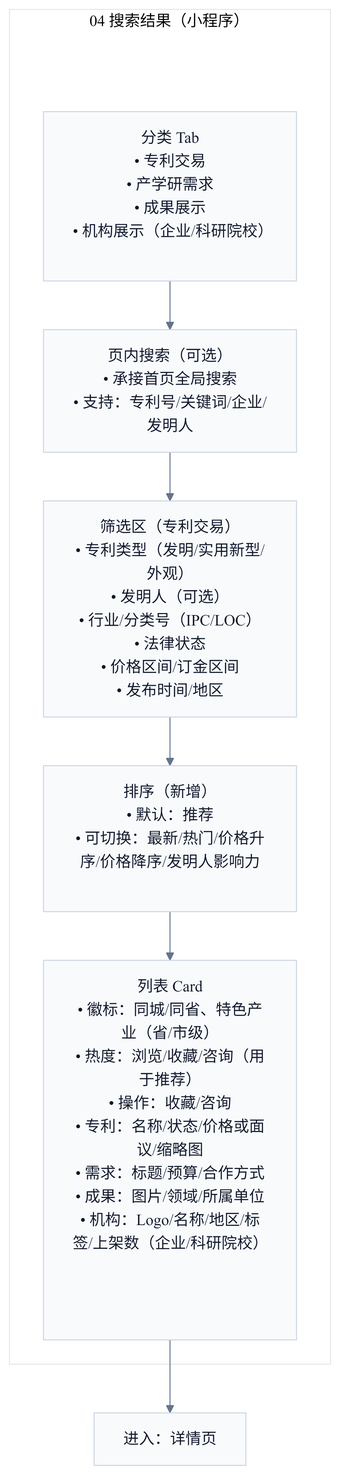
Above: docs/demo/rendered/04-search.png in Ming-1984/Ipmoney (Mermaid), before the change. Its source is kept beside it as docs/demo/pages/miniapp/04-search.mmd.
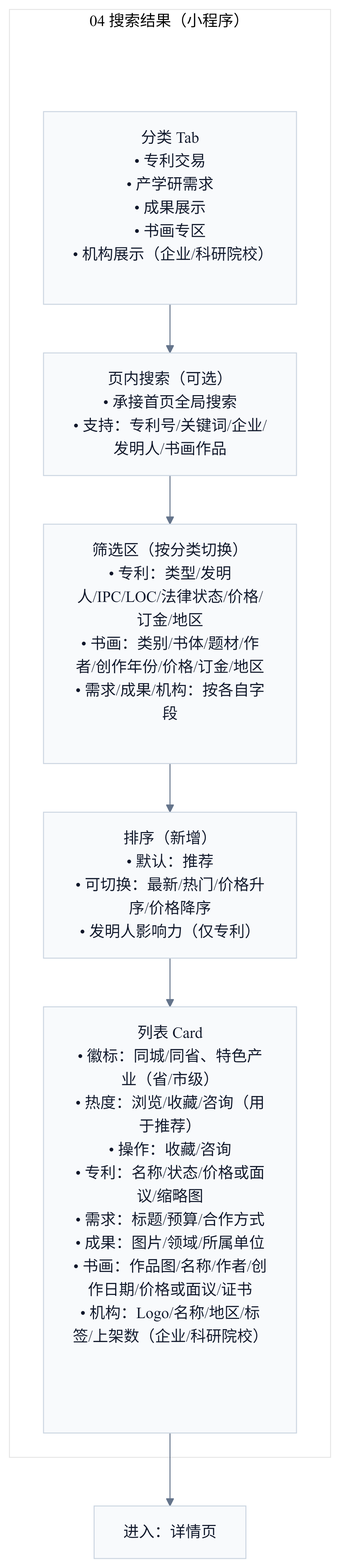
After the commit.

The edit, as a diff of the source:
```diff
@@ -3,11 +3,11 @@
   subgraph P["04 搜索结果（小程序）"]
     direction TB
     Pad[" "]:::pad
-    Tabs["分类 Tab<br/>• 专利交易<br/>• 产学研需求<br/>• 成果展示<br/>• 机构展示（企业/科研院校）"]
-    SearchBar["页内搜索（可选）<br/>• 承接首页全局搜索<br/>• 支持：专利号/关键词/企业/发明人"]
-    Filters["筛选区（专利交易）<br/>• 专利类型（发明/实用新型/外观）<br/>• 发明人（可选）<br/>• 行业/分类号（IPC/LOC）<br/>• 法律状态<br/>• 价格区间/订金区间<br/>• 发布时间/地区"]
-    SortBar["排序（新增）<br/>• 默认：推荐<br/>• 可切换：最新/热门/价格升序/价格降序/发明人影响力"]
-    List["列表 Card<br/>• 徽标：同城/同省、特色产业（省/市级）<br/>• 热度：浏览/收藏/咨询（用于推荐）<br/>• 操作：收藏/咨询<br/>• 专利：名称/状态/价格或面议/缩略图<br/>• 需求：标题/预算/合作方式<br/>• 成果：图片/领域/所属单位<br/>• 机构：Logo/名称/地区/标签/上架数（企业/科研院校）"]
+    Tabs["分类 Tab<br/>• 专利交易<br/>• 产学研需求<br/>• 成果展示<br/>• 书画专区<br/>• 机构展示（企业/科研院校）"]
+    SearchBar["页内搜索（可选）<br/>• 承接首页全局搜索<br/>• 支持：专利号/关键词/企业/发明人/书画作品"]
+    Filters["筛选区（按分类切换）<br/>• 专利：类型/发明人/IPC/LOC/法律状态/价格/订金/地区<br/>• 书画：类别/书体/题材/作者/创作年份/价格/订金/地区<br/>• 需求/成果/机构：按各自字段"]
+    SortBar["排序（新增）<br/>• 默认：推荐<br/>• 可切换：最新/热门/价格升序/价格降序<br/>• 发明人影响力（仅专利）"]
+    List["列表 Card<br/>• 徽标：同城/同省、特色产业（省/市级）<br/>• 热度：浏览/收藏/咨询（用于推荐）<br/>• 操作：收藏/咨询<br/>• 专利：名称/状态/价格或面议/缩略图<br/>• 需求：标题/预算/合作方式<br/>• 成果：图片/领域/所属单位<br/>• 书画：作品图/名称/作者/创作日期/价格或面议/证书<br/>• 机构：Logo/名称/地区/标签/上架数（企业/科研院校）"]
     Pad --> Tabs
     Tabs --> SearchBar --> Filters --> SortBar --> List
   end
```
